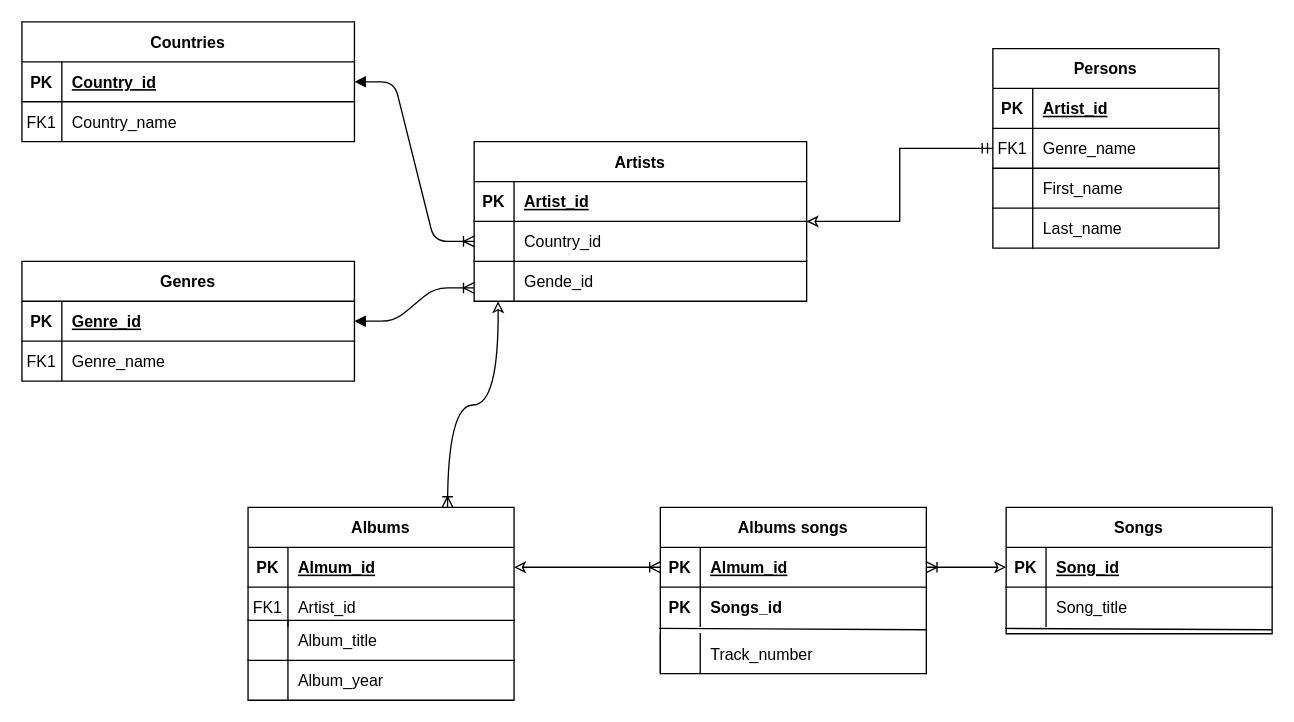
Earlier version of the draw.io diagram Диаграмма без названия.drawio (Monersen/SQL). Source tidied: cells renumbered, new cells numbered last; positions are measured from the earlier drawing's top-left corner, leaving out a move shared by most shapes. Both pictures are drawn from the tidied source at 133%, with x=0, y=0 at pixel (21, 21).
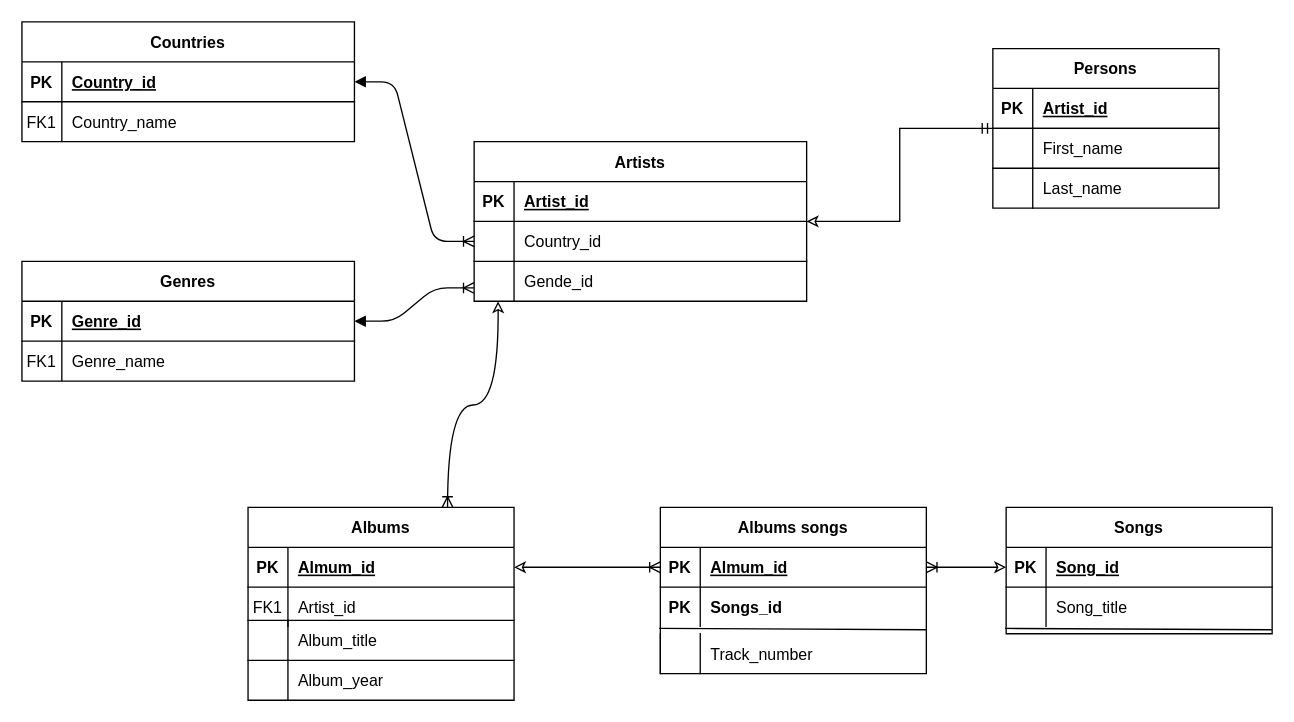
After the change.

Commit message:
Введение в базы данных. Типы баз данных.drawio

Diff of the diagram source:
```diff
@@
     <mxCell id="17" value="Persons" style="shape=table;startSize=30;childLayout=tableLayout;rowLines=0;fontStyle=1;align=center;labelBackgroundColor=none;" parent="1" vertex="1">
-      <mxGeometry x="730" y="20" width="170" height="150" as="geometry" />
+      <mxGeometry x="730" y="20" width="170" height="120" as="geometry" />
     </mxCell>
@@
-    <mxCell id="21" style="shape=partialRectangle;fillColor=none;top=0;left=0;right=0;bottom=0;labelBackgroundColor=none;" parent="17" vertex="1">
-      <mxGeometry y="60" width="170" height="30" as="geometry" />
-    </mxCell>
-    <mxCell id="22" value="FK1" style="shape=partialRectangle;overflow=hidden;fillColor=none;top=0;left=0;bottom=0;right=0;labelBackgroundColor=none;" parent="21" vertex="1">
-      <mxGeometry width="30" height="30" as="geometry" />
-    </mxCell>
-    <mxCell id="23" value="Genre_name" style="shape=partialRectangle;overflow=hidden;fillColor=none;top=0;left=0;bottom=0;right=0;align=left;spacingLeft=6;labelBackgroundColor=none;" parent="21" vertex="1">
-      <mxGeometry x="30" width="140" height="30" as="geometry" />
-    </mxCell>
     <mxCell id="24" style="shape=partialRectangle;fillColor=none;top=1;left=0;right=0;bottom=0;labelBackgroundColor=none;" parent="1" vertex="1">
-      <mxGeometry x="730" y="110" width="170" height="30" as="geometry" />
+      <mxGeometry x="730" y="80" width="170" height="30" as="geometry" />
     </mxCell>
@@
     <mxCell id="27" style="shape=partialRectangle;fillColor=none;top=1;left=0;right=0;bottom=0;labelBackgroundColor=none;" parent="1" vertex="1">
-      <mxGeometry x="730" y="140" width="170" height="30" as="geometry" />
+      <mxGeometry x="730" y="110" width="170" height="30" as="geometry" />
     </mxCell>
```
